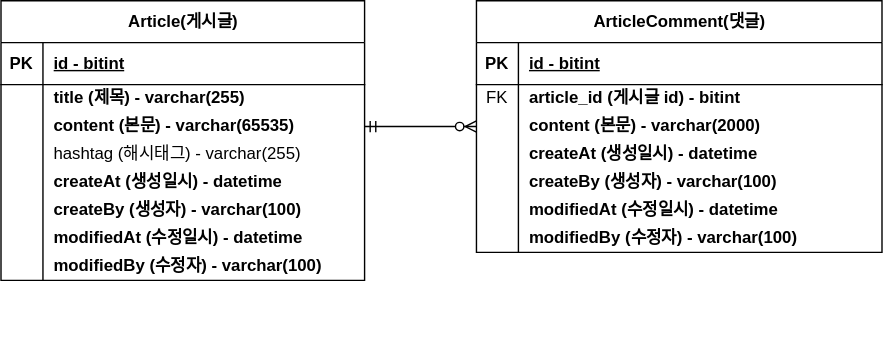
Above: document/board-project-erd.svg in ggamang-so/board-project (draw.io), before the change. Source tidied: cells renumbered, new cells last; positions are measured from the earlier drawing's top-left corner, leaving out a move shared by most shapes.
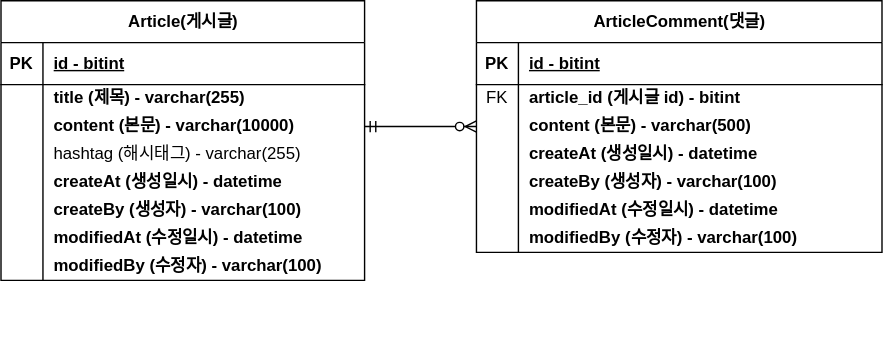
Above is the later version.

Commit message:
#10 - erd업데이트 : content size 변경 : board-project-erd.svg 업데이트

Diff of the diagram source:
```diff
@@ -47,7 +47,7 @@
     <mxCell id="16" style="shape=partialRectangle;fillColor=none;top=0;left=0;bottom=0;right=0;overflow=hidden;whiteSpace=wrap;html=1;" parent="15" vertex="1">
       <mxGeometry width="30" height="20" as="geometry" />
     </mxCell>
-    <mxCell id="17" value="content (본문) - varchar(2000)" style="shape=partialRectangle;fillColor=none;top=0;left=0;bottom=0;right=0;align=left;spacingLeft=6;overflow=hidden;whiteSpace=wrap;html=1;fontStyle=1;" parent="15" vertex="1">
+    <mxCell id="17" value="content (본문) - varchar(500)" style="shape=partialRectangle;fillColor=none;top=0;left=0;bottom=0;right=0;align=left;spacingLeft=6;overflow=hidden;whiteSpace=wrap;html=1;fontStyle=1;" parent="15" vertex="1">
       <mxGeometry x="30" width="260" height="20" as="geometry" />
     </mxCell>
     <mxCell id="18" style="shape=tableRow;horizontal=0;startSize=0;swimlaneHead=0;swimlaneBody=0;fillColor=none;top=0;left=0;right=0;bottom=0;" parent="8" vertex="1">
@@ -120,7 +120,7 @@
     <mxCell id="39" style="shape=partialRectangle;fillColor=none;top=0;left=0;bottom=0;right=0;overflow=hidden;whiteSpace=wrap;html=1;" parent="38" vertex="1">
       <mxGeometry width="30" height="20" as="geometry" />
     </mxCell>
-    <mxCell id="40" value="content (본문) - varchar(65535)" style="shape=partialRectangle;fillColor=none;top=0;left=0;bottom=0;right=0;align=left;spacingLeft=6;overflow=hidden;whiteSpace=wrap;html=1;fontStyle=1;" parent="38" vertex="1">
+    <mxCell id="40" value="content (본문) - varchar(10000)" style="shape=partialRectangle;fillColor=none;top=0;left=0;bottom=0;right=0;align=left;spacingLeft=6;overflow=hidden;whiteSpace=wrap;html=1;fontStyle=1;" parent="38" vertex="1">
       <mxGeometry x="30" width="230" height="20" as="geometry" />
     </mxCell>
     <mxCell id="41" style="shape=tableRow;horizontal=0;startSize=0;swimlaneHead=0;swimlaneBody=0;fillColor=none;top=0;left=0;right=0;bottom=0;" parent="31" vertex="1">
```
